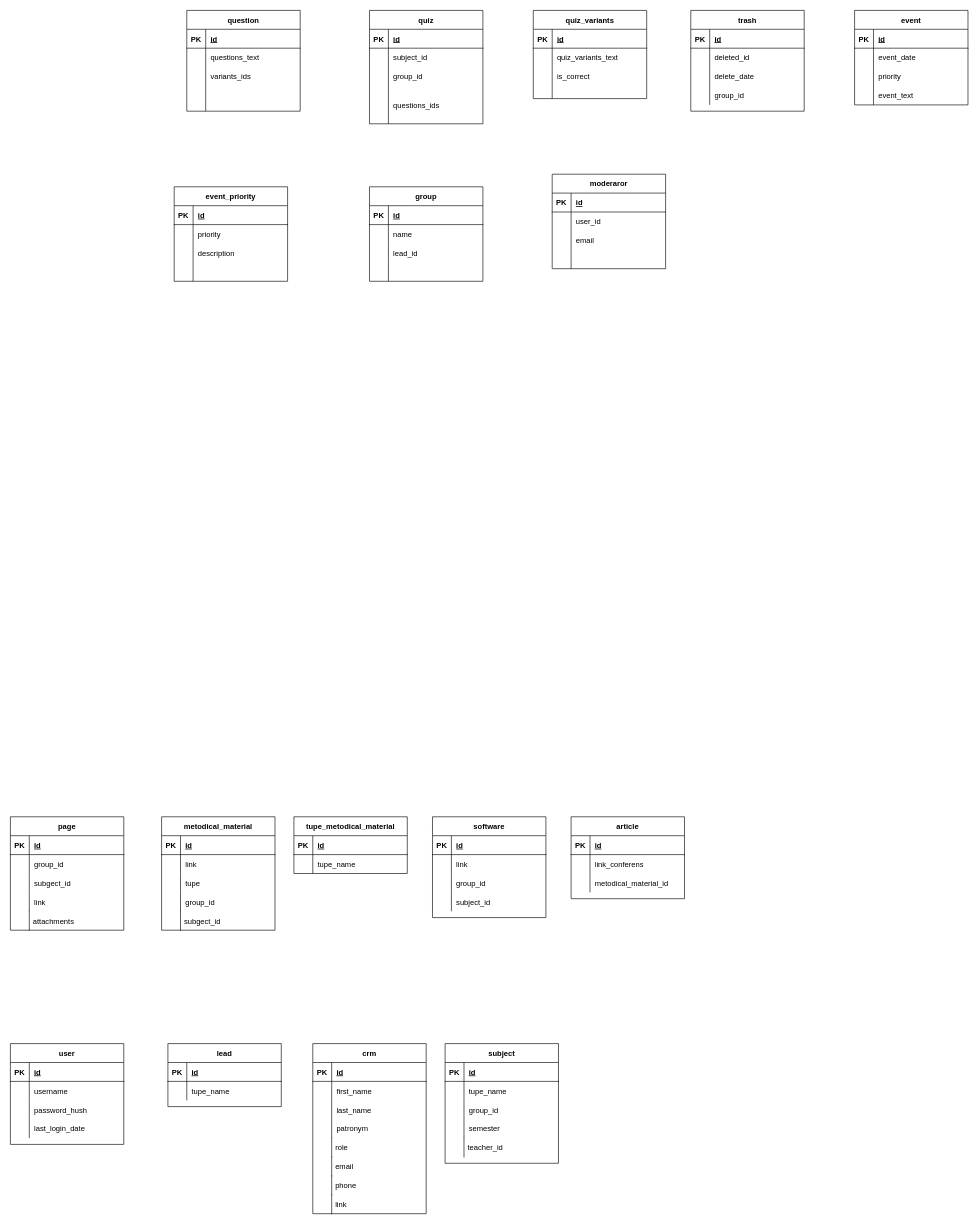
Above: Untitled Diagram.drawio in student-archive/backend (draw.io), before the change. Source tidied: cells renumbered, new cells numbered last; positions are measured from the earlier drawing's top-left corner, leaving out a move shared by most shapes. Both pictures are drawn from the tidied source at 63%, with x=0, y=0 at pixel (10, 10).
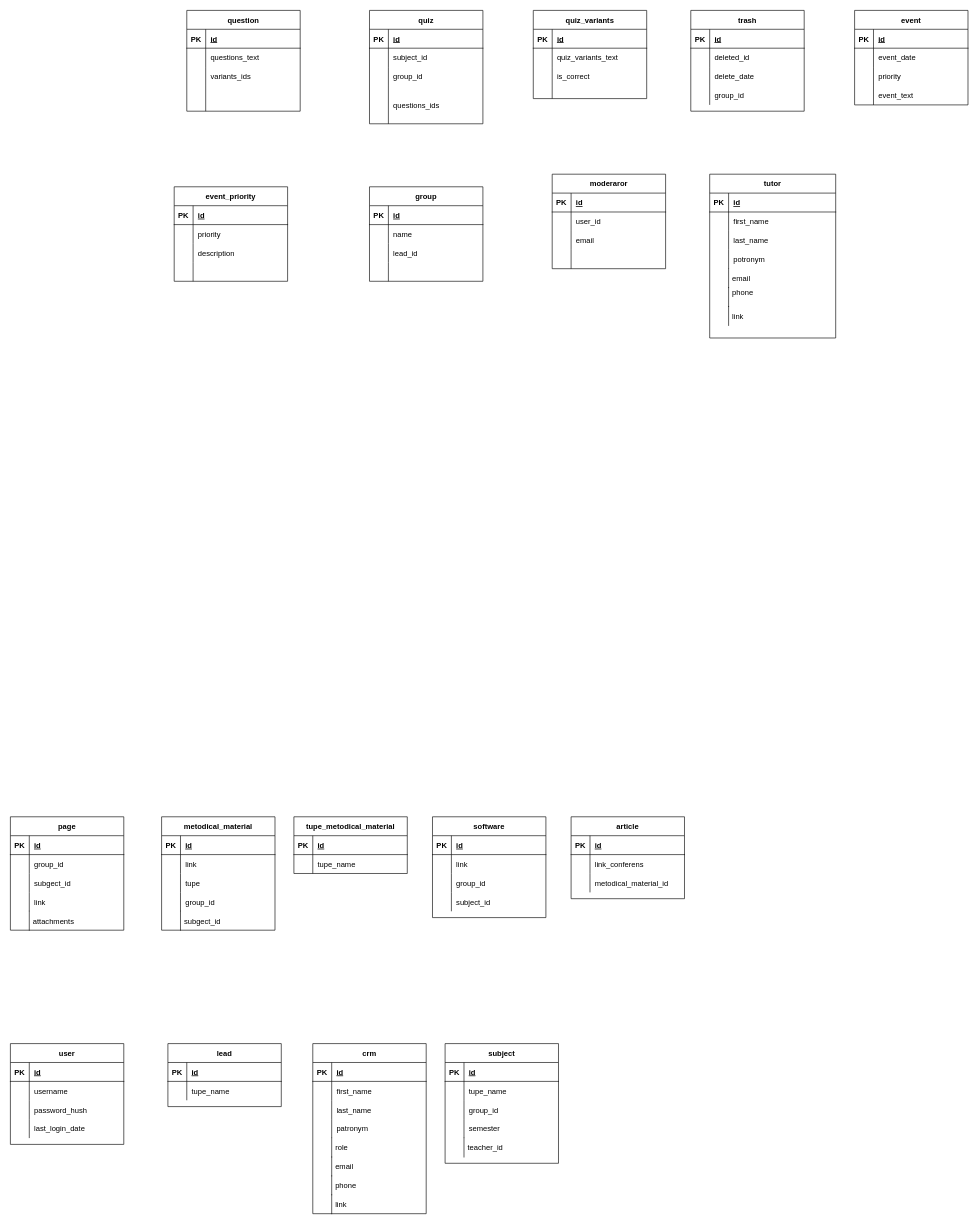
After the change.

Commit message:
feat(databases): add tutor table

Change to the diagram source:
```diff
@@
+    <mxCell id="222" value="tutor" style="shape=table;startSize=30;childLayout=tableLayout;rowLines=0;fontStyle=1;align=center;" parent="1" vertex="1">
+      <mxGeometry x="1110" y="260" width="200" height="260" as="geometry" />
+    </mxCell>
+    <mxCell id="223" style="shape=tableRow;horizontal=0;startSize=0;swimlaneHead=0;swimlaneBody=0;fillColor=none;top=0;left=0;right=0;bottom=1;" parent="222" vertex="1">
+      <mxGeometry y="30" width="200" height="30" as="geometry" />
+    </mxCell>
+    <mxCell id="224" value="PK" style="shape=partialRectangle;fillColor=none;top=0;left=0;bottom=0;right=0;fontStyle=1;overflow=hidden;" parent="223" vertex="1">
+      <mxGeometry width="30" height="30" as="geometry" />
+    </mxCell>
+    <mxCell id="225" value="id" style="shape=partialRectangle;fillColor=none;top=0;left=0;bottom=0;right=0;align=left;spacingLeft=6;fontStyle=5;overflow=hidden;" parent="223" vertex="1">
+      <mxGeometry x="30" width="170" height="30" as="geometry" />
+    </mxCell>
+    <mxCell id="226" style="shape=tableRow;horizontal=0;startSize=0;swimlaneHead=0;swimlaneBody=0;fillColor=none;top=0;left=0;right=0;bottom=0;" parent="222" vertex="1">
+      <mxGeometry y="60" width="200" height="30" as="geometry" />
+    </mxCell>
+    <mxCell id="227" style="shape=partialRectangle;fillColor=none;top=0;left=0;bottom=0;right=0;overflow=hidden;" parent="226" vertex="1">
+      <mxGeometry width="30" height="30" as="geometry" />
+    </mxCell>
+    <mxCell id="228" value="first_name" style="shape=partialRectangle;fillColor=none;top=0;left=0;bottom=0;right=0;align=left;spacingLeft=6;overflow=hidden;" parent="226" vertex="1">
+      <mxGeometry x="30" width="170" height="30" as="geometry" />
+    </mxCell>
+    <mxCell id="229" style="shape=tableRow;horizontal=0;startSize=0;swimlaneHead=0;swimlaneBody=0;fillColor=none;top=0;left=0;right=0;bottom=0;" parent="222" vertex="1">
+      <mxGeometry y="90" width="200" height="30" as="geometry" />
+    </mxCell>
+    <mxCell id="230" style="shape=partialRectangle;fillColor=none;top=0;left=0;bottom=0;right=0;overflow=hidden;" parent="229" vertex="1">
+      <mxGeometry width="30" height="30" as="geometry" />
+    </mxCell>
+    <mxCell id="231" value="last_name" style="shape=partialRectangle;fillColor=none;top=0;left=0;bottom=0;right=0;align=left;spacingLeft=6;overflow=hidden;" parent="229" vertex="1">
+      <mxGeometry x="30" width="170" height="30" as="geometry" />
+    </mxCell>
+    <mxCell id="232" style="shape=tableRow;horizontal=0;startSize=0;swimlaneHead=0;swimlaneBody=0;fillColor=none;top=0;left=0;right=0;bottom=0;" parent="222" vertex="1">
+      <mxGeometry y="120" width="200" height="30" as="geometry" />
+    </mxCell>
+    <mxCell id="233" style="shape=partialRectangle;fillColor=none;top=0;left=0;bottom=0;right=0;overflow=hidden;" parent="232" vertex="1">
+      <mxGeometry width="30" height="30" as="geometry" />
+    </mxCell>
+    <mxCell id="234" value="potronym" style="shape=partialRectangle;fillColor=none;top=0;left=0;bottom=0;right=0;align=left;spacingLeft=6;overflow=hidden;" parent="232" vertex="1">
+      <mxGeometry x="30" width="170" height="30" as="geometry" />
+    </mxCell>
@@
+    <mxCell id="235" value="email" style="shape=partialRectangle;fillColor=none;align=left;verticalAlign=middle;strokeColor=none;spacingLeft=34;" parent="1" vertex="1">
+      <mxGeometry x="1110" y="410" width="90" height="30" as="geometry" />
+    </mxCell>
+    <mxCell id="236" style="shape=partialRectangle;top=0;left=0;bottom=0;fillColor=none;stokeWidth=1;align=left;verticalAlign=middle;spacingLeft=4;spacingRight=4;overflow=hidden;" parent="235" vertex="1">
+      <mxGeometry width="30" height="30" as="geometry" />
+    </mxCell>
@@
+    <mxCell id="237" value="phone&#10;" style="shape=partialRectangle;fillColor=none;align=left;verticalAlign=middle;strokeColor=none;spacingLeft=34;" parent="1" vertex="1">
+      <mxGeometry x="1110" y="440" width="90" height="30" as="geometry" />
+    </mxCell>
+    <mxCell id="238" style="shape=partialRectangle;top=0;left=0;bottom=0;fillColor=none;stokeWidth=1;align=left;verticalAlign=middle;spacingLeft=4;spacingRight=4;overflow=hidden;" parent="237" vertex="1">
+      <mxGeometry width="30" height="30" as="geometry" />
+    </mxCell>
+    <mxCell id="239" value="link" style="shape=partialRectangle;fillColor=none;align=left;verticalAlign=middle;strokeColor=none;spacingLeft=34;" parent="1" vertex="1">
+      <mxGeometry x="1110" y="470" width="90" height="30" as="geometry" />
+    </mxCell>
+    <mxCell id="240" style="shape=partialRectangle;top=0;left=0;bottom=0;fillColor=none;stokeWidth=1;align=left;verticalAlign=middle;spacingLeft=4;spacingRight=4;overflow=hidden;" parent="239" vertex="1">
+      <mxGeometry width="30" height="30" as="geometry" />
+    </mxCell>
```
